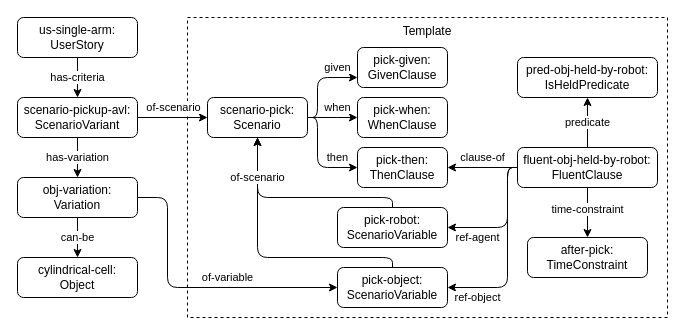
The draw.io diagram page "template only" (1 of 3) of bdd-example-pickup.drawio in minhnh/drawio-diagrams, before the edit. Source tidied: cells renumbered, new cells numbered last; positions are measured from the earlier drawing's top-left corner, leaving out a move shared by most shapes. Both pictures are drawn from the tidied source at 100%, with x=0, y=0 at pixel (17, 17).
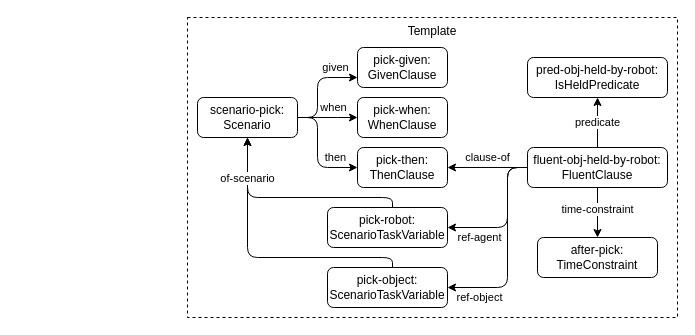
After the change.

Commit message (it also covers changes not shown here):
add methodology, update twin-peaks, example

What changed in the source:
```diff
@@
-    <mxCell id="2" value="has-criteria" style="edgeStyle=orthogonalEdgeStyle;rounded=1;jettySize=auto;html=1;labelBackgroundColor=default;" parent="1" edge="1" source="3" target="30">
-      <mxGeometry relative="1" as="geometry" />
-    </mxCell>
-    <mxCell id="3" value="us-single-arm: UserStory" style="rounded=1;whiteSpace=wrap;html=1;" parent="1" vertex="1">
-      <mxGeometry width="120" height="40" as="geometry" />
-    </mxCell>
     <mxCell id="4" value="Template" style="rounded=0;whiteSpace=wrap;html=1;verticalAlign=top;fillColor=none;dashed=1;" parent="1" vertex="1">
-      <mxGeometry x="170" width="480" height="300" as="geometry" />
+      <mxGeometry x="170" width="490" height="300" as="geometry" />
     </mxCell>
     <mxCell id="5" value="scenario-pick: Scenario" style="rounded=1;whiteSpace=wrap;html=1;" parent="4" vertex="1">
-      <mxGeometry x="20" y="80" width="100" height="40" as="geometry" />
+      <mxGeometry x="10" y="80" width="100" height="40" as="geometry" />
     </mxCell>
@@
     <mxCell id="16" value="fluent-obj-held-by-robot: FluentClause" style="rounded=1;whiteSpace=wrap;html=1;" parent="4" vertex="1">
-      <mxGeometry x="330" y="130" width="140" height="40" as="geometry" />
+      <mxGeometry x="340" y="130" width="140" height="40" as="geometry" />
     </mxCell>
     <mxCell id="17" style="edgeStyle=orthogonalEdgeStyle;rounded=1;jettySize=auto;html=1;" parent="4" edge="1" source="18" target="5">
       <mxGeometry relative="1" as="geometry">
         <Array as="points">
           <mxPoint x="205" y="180" />
-          <mxPoint x="70" y="180" />
+          <mxPoint x="60" y="180" />
         </Array>
       </mxGeometry>
     </mxCell>
-    <mxCell id="18" value="pick-robot: ScenarioVariable" style="rounded=1;whiteSpace=wrap;html=1;" parent="4" vertex="1">
-      <mxGeometry x="150" y="190" width="110" height="40" as="geometry" />
+    <mxCell id="18" value="pick-robot: ScenarioTaskVariable" style="rounded=1;whiteSpace=wrap;html=1;" parent="4" vertex="1">
+      <mxGeometry x="140" y="190" width="120" height="40" as="geometry" />
     </mxCell>
     <mxCell id="19" value="pred-obj-held-by-robot: IsHeldPredicate" style="rounded=1;whiteSpace=wrap;html=1;" parent="4" vertex="1">
-      <mxGeometry x="330" y="40" width="140" height="40" as="geometry" />
+      <mxGeometry x="340" y="40" width="140" height="40" as="geometry" />
     </mxCell>
     <mxCell id="20" value="after-pick: TimeConstraint" style="rounded=1;whiteSpace=wrap;html=1;" parent="4" vertex="1">
-      <mxGeometry x="340" y="220" width="120" height="40" as="geometry" />
+      <mxGeometry x="350" y="220" width="120" height="40" as="geometry" />
     </mxCell>
-    <mxCell id="21" value="pick-object: ScenarioVariable" style="rounded=1;whiteSpace=wrap;html=1;" parent="4" vertex="1">
-      <mxGeometry x="150" y="250" width="110" height="40" as="geometry" />
+    <mxCell id="21" value="pick-object: ScenarioTaskVariable" style="rounded=1;whiteSpace=wrap;html=1;" parent="4" vertex="1">
+      <mxGeometry x="140" y="250" width="120" height="40" as="geometry" />
     </mxCell>
@@
     <mxCell id="23" value="of-scenario" style="edgeStyle=orthogonalEdgeStyle;rounded=1;jettySize=auto;html=1;labelBackgroundColor=default;" parent="4" edge="1" source="21" target="5">
       <mxGeometry x="0.7" relative="1" as="geometry">
         <Array as="points">
           <mxPoint x="205" y="240" />
-          <mxPoint x="70" y="240" />
+          <mxPoint x="60" y="240" />
         </Array>
       </mxGeometry>
     </mxCell>
-    <mxCell id="24" value="of-variable" style="edgeStyle=orthogonalEdgeStyle;rounded=1;jettySize=auto;html=1;" parent="1" edge="1" source="26" target="21">
-      <mxGeometry x="0.24" y="10" relative="1" as="geometry">
-        <Array as="points">
-          <mxPoint x="150" y="180" />
-          <mxPoint x="150" y="270" />
-        </Array>
-      </mxGeometry>
-    </mxCell>
-    <mxCell id="25" value="can-be" style="edgeStyle=orthogonalEdgeStyle;rounded=1;jettySize=auto;html=1;labelBackgroundColor=default;" parent="1" edge="1" source="26" target="27">
-      <mxGeometry relative="1" as="geometry" />
-    </mxCell>
-    <mxCell id="26" value="obj-variation: Variation" style="rounded=1;whiteSpace=wrap;html=1;" parent="1" vertex="1">
-      <mxGeometry y="160" width="120" height="40" as="geometry" />
-    </mxCell>
-    <mxCell id="27" value="cylindrical-cell:&lt;br&gt;Object" style="rounded=1;whiteSpace=wrap;html=1;" parent="1" vertex="1">
-      <mxGeometry y="240" width="120" height="40" as="geometry" />
-    </mxCell>
-    <mxCell id="28" value="has-variation" style="edgeStyle=orthogonalEdgeStyle;rounded=1;jettySize=auto;html=1;labelBackgroundColor=default;" parent="1" edge="1" source="30" target="26">
-      <mxGeometry relative="1" as="geometry">
-        <Array as="points">
-          <mxPoint x="57.5" y="180" />
-          <mxPoint x="57.5" y="180" />
-        </Array>
-      </mxGeometry>
-    </mxCell>
-    <mxCell id="29" value="of-scenario" style="edgeStyle=orthogonalEdgeStyle;rounded=1;jettySize=auto;html=1;labelBackgroundColor=default;" parent="1" edge="1" source="30" target="5">
-      <mxGeometry x="0.04" y="10" relative="1" as="geometry">
-        <Array as="points">
-          <mxPoint x="230" y="100" />
-        </Array>
-      </mxGeometry>
-    </mxCell>
-    <mxCell id="30" value="scenario-pickup-avl: ScenarioVariant" style="rounded=1;whiteSpace=wrap;html=1;" parent="1" vertex="1">
-      <mxGeometry y="80" width="120" height="40" as="geometry" />
-    </mxCell>
```
